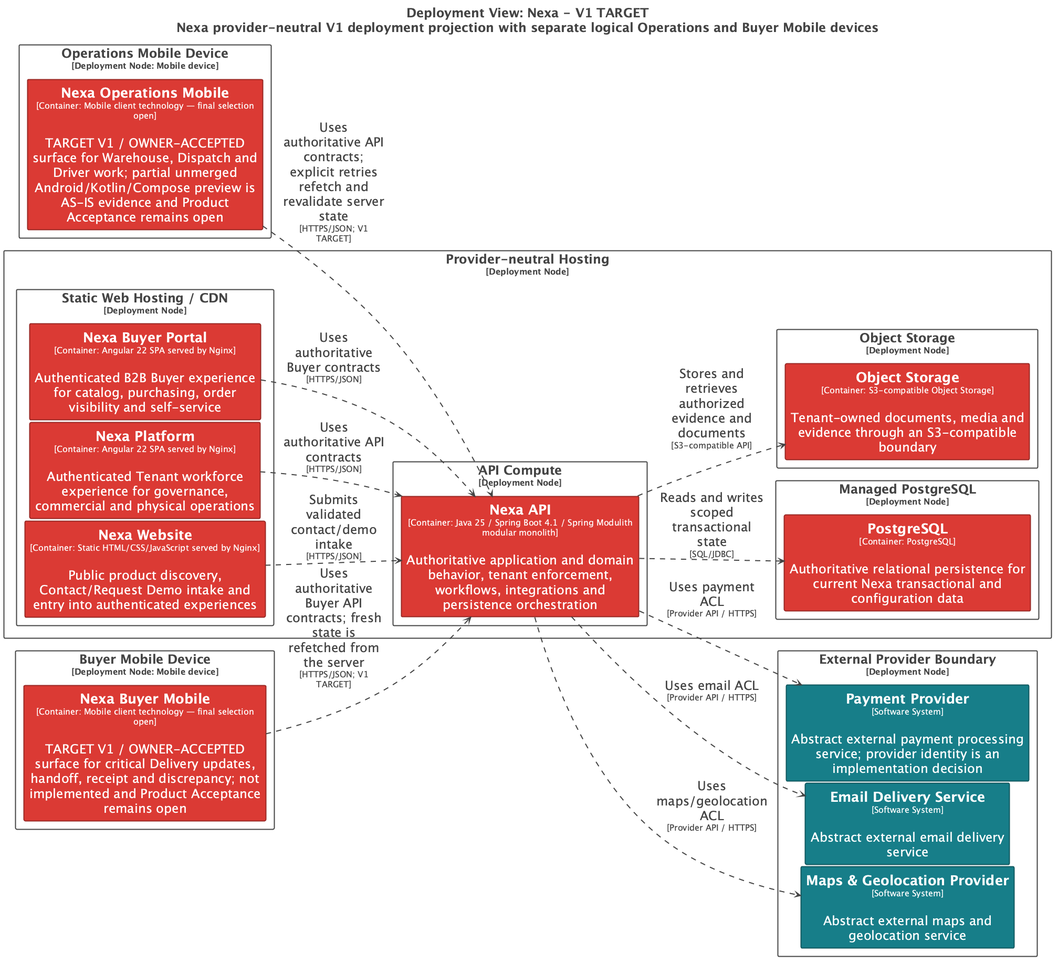
nexa-suite/blueprint keeps this PlantUML diagram as 01-shared/architecture/c4/exports/deployment/Nexa-Deployment-V1-TARGET.png. Above is the earlier version.
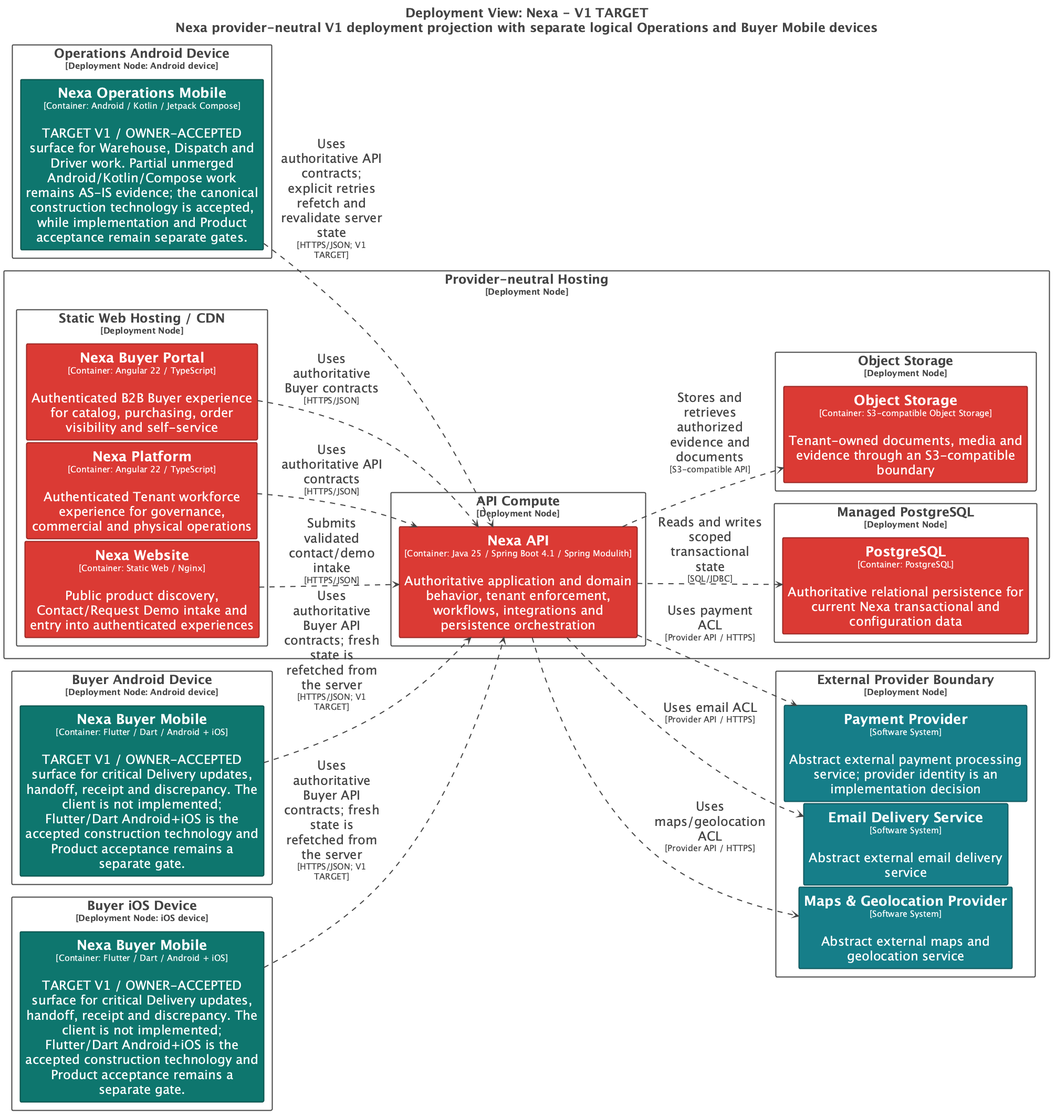
The same file after the commit.

Change to the diagram source:
```diff
@@ -16,6 +16,18 @@
   .Element-RWxlbWVudCxDb250YWluZXI= {
     BackgroundColor: #db3a34;
     LineColor: #992824;
+    LineStyle: 0;
+    LineThickness: 2;
+    FontColor: #ffffff;
+    FontSize: 24;
+    HorizontalAlignment: center;
+    Shadowing: 0;
+    MaximumWidth: 450;
+  }
+  // Element,Container,TARGET V1
+  .Element-RWxlbWVudCxDb250YWluZXIsVEFSR0VUIFYx {
+    BackgroundColor: #0f766e;
+    LineColor: #0a524d;
     LineStyle: 0;
     LineThickness: 2;
     FontColor: #ffffff;
@@ -58,23 +70,27 @@
   }
 </style>
 
-rectangle "Operations Mobile Device\n<size:16>[Deployment Node: Mobile device]</size>" <<DeploymentNode-RWxlbWVudA==>> as V1TARGET.OperationsMobileDevice {
-  rectangle "==Nexa Operations Mobile\n<size:16>[Container: Mobile client technology — final selection open]</size>\n\nTARGET V1 / OWNER-ACCEPTED surface for Warehouse, Dispatch and Driver work; partial unmerged Android/Kotlin/Compose preview is AS-IS evidence and Product Acceptance remains open" <<Element-RWxlbWVudCxDb250YWluZXI=>> as V1TARGET.OperationsMobileDevice.NexaOperationsMobile_1
+rectangle "Operations Android Device\n<size:16>[Deployment Node: Android device]</size>" <<DeploymentNode-RWxlbWVudA==>> as V1TARGET.OperationsAndroidDevice {
+  rectangle "==Nexa Operations Mobile\n<size:16>[Container: Android / Kotlin / Jetpack Compose]</size>\n\nTARGET V1 / OWNER-ACCEPTED surface for Warehouse, Dispatch and Driver work. Partial unmerged Android/Kotlin/Compose work remains AS-IS evidence; the canonical construction technology is accepted, while implementation and Product acceptance remain separate gates." <<Element-RWxlbWVudCxDb250YWluZXIsVEFSR0VUIFYx>> as V1TARGET.OperationsAndroidDevice.NexaOperationsMobile_1
 }
 
-rectangle "Buyer Mobile Device\n<size:16>[Deployment Node: Mobile device]</size>" <<DeploymentNode-RWxlbWVudA==>> as V1TARGET.BuyerMobileDevice {
-  rectangle "==Nexa Buyer Mobile\n<size:16>[Container: Mobile client technology — final selection open]</size>\n\nTARGET V1 / OWNER-ACCEPTED surface for critical Delivery updates, handoff, receipt and discrepancy; not implemented and Product Acceptance remains open" <<Element-RWxlbWVudCxDb250YWluZXI=>> as V1TARGET.BuyerMobileDevice.NexaBuyerMobile_1
+rectangle "Buyer Android Device\n<size:16>[Deployment Node: Android device]</size>" <<DeploymentNode-RWxlbWVudA==>> as V1TARGET.BuyerAndroidDevice {
+  rectangle "==Nexa Buyer Mobile\n<size:16>[Container: Flutter / Dart / Android + iOS]</size>\n\nTARGET V1 / OWNER-ACCEPTED surface for critical Delivery updates, handoff, receipt and discrepancy. The client is not implemented; Flutter/Dart Android+iOS is the accepted construction technology and Product acceptance remains a separate gate." <<Element-RWxlbWVudCxDb250YWluZXIsVEFSR0VUIFYx>> as V1TARGET.BuyerAndroidDevice.NexaBuyerMobile_1
+}
+
+rectangle "Buyer iOS Device\n<size:16>[Deployment Node: iOS device]</size>" <<DeploymentNode-RWxlbWVudA==>> as V1TARGET.BuyeriOSDevice {
+  rectangle "==Nexa Buyer Mobile\n<size:16>[Container: Flutter / Dart / Android + iOS]</size>\n\nTARGET V1 / OWNER-ACCEPTED surface for critical Delivery updates, handoff, receipt and discrepancy. The client is not implemented; Flutter/Dart Android+iOS is the accepted construction technology and Product acceptance remains a separate gate." <<Element-RWxlbWVudCxDb250YWluZXIsVEFSR0VUIFYx>> as V1TARGET.BuyeriOSDevice.NexaBuyerMobile_1
 }
 
 rectangle "Provider-neutral Hosting\n<size:16>[Deployment Node]</size>" <<DeploymentNode-RWxlbWVudA==>> as V1TARGET.ProviderneutralHosting {
   rectangle "Static Web Hosting / CDN\n<size:16>[Deployment Node]</size>" <<DeploymentNode-RWxlbWVudA==>> as V1TARGET.ProviderneutralHosting.StaticWebHostingCDN {
-    rectangle "==Nexa Website\n<size:16>[Container: Static HTML/CSS/JavaScript served by Nginx]</size>\n\nPublic product discovery, Contact/Request Demo intake and entry into authenticated experiences" <<Element-RWxlbWVudCxDb250YWluZXI=>> as V1TARGET.ProviderneutralHosting.StaticWebHostingCDN.NexaWebsite_1
-    rectangle "==Nexa Platform\n<size:16>[Container: Angular 22 SPA served by Nginx]</size>\n\nAuthenticated Tenant workforce experience for governance, commercial and physical operations" <<Element-RWxlbWVudCxDb250YWluZXI=>> as V1TARGET.ProviderneutralHosting.StaticWebHostingCDN.NexaPlatform_1
-    rectangle "==Nexa Buyer Portal\n<size:16>[Container: Angular 22 SPA served by Nginx]</size>\n\nAuthenticated B2B Buyer experience for catalog, purchasing, order visibility and self-service" <<Element-RWxlbWVudCxDb250YWluZXI=>> as V1TARGET.ProviderneutralHosting.StaticWebHostingCDN.NexaBuyerPortal_1
+    rectangle "==Nexa Website\n<size:16>[Container: Static Web / Nginx]</size>\n\nPublic product discovery, Contact/Request Demo intake and entry into authenticated experiences" <<Element-RWxlbWVudCxDb250YWluZXI=>> as V1TARGET.ProviderneutralHosting.StaticWebHostingCDN.NexaWebsite_1
+    rectangle "==Nexa Platform\n<size:16>[Container: Angular 22 / TypeScript]</size>\n\nAuthenticated Tenant workforce experience for governance, commercial and physical operations" <<Element-RWxlbWVudCxDb250YWluZXI=>> as V1TARGET.ProviderneutralHosting.StaticWebHostingCDN.NexaPlatform_1
+    rectangle "==Nexa Buyer Portal\n<size:16>[Container: Angular 22 / TypeScript]</size>\n\nAuthenticated B2B Buyer experience for catalog, purchasing, order visibility and self-service" <<Element-RWxlbWVudCxDb250YWluZXI=>> as V1TARGET.ProviderneutralHosting.StaticWebHostingCDN.NexaBuyerPortal_1
   }
 
   rectangle "API Compute\n<size:16>[Deployment Node]</size>" <<DeploymentNode-RWxlbWVudA==>> as V1TARGET.ProviderneutralHosting.APICompute {
-    rectangle "==Nexa API\n<size:16>[Container: Java 25 / Spring Boot 4.1 / Spring Modulith modular monolith]</size>\n\nAuthoritative application and domain behavior, tenant enforcement, workflows, integrations and persistence orchestration" <<Element-RWxlbWVudCxDb250YWluZXI=>> as V1TARGET.ProviderneutralHosting.APICompute.NexaAPI_1
+    rectangle "==Nexa API\n<size:16>[Container: Java 25 / Spring Boot 4.1 / Spring Modulith]</size>\n\nAuthoritative application and domain behavior, tenant enforcement, workflows, integrations and persistence orchestration" <<Element-RWxlbWVudCxDb250YWluZXI=>> as V1TARGET.ProviderneutralHosting.APICompute.NexaAPI_1
   }
 
   rectangle "Managed PostgreSQL\n<size:16>[Deployment Node]</size>" <<DeploymentNode-RWxlbWVudA==>> as V1TARGET.ProviderneutralHosting.ManagedPostgreSQL {
@@ -93,8 +109,9 @@
   rectangle "==Maps & Geolocation Provider\n<size:16>[Software System]</size>\n\nAbstract external maps and geolocation service" <<Element-RWxlbWVudCxTb2Z0d2FyZSBTeXN0ZW0=>> as V1TARGET.ExternalProviderBoundary.MapsGeolocationProvider_1
 }
 
-V1TARGET.OperationsMobileDevice.NexaOperationsMobile_1 --> V1TARGET.ProviderneutralHosting.APICompute.NexaAPI_1 <<Relationship-UmVsYXRpb25zaGlw>> : "Uses authoritative API contracts; explicit retries refetch and revalidate server state\n<size:16>[HTTPS/JSON; V1 TARGET]</size>"
-V1TARGET.BuyerMobileDevice.NexaBuyerMobile_1 --> V1TARGET.ProviderneutralHosting.APICompute.NexaAPI_1 <<Relationship-UmVsYXRpb25zaGlw>> : "Uses authoritative Buyer API contracts; fresh state is refetched from the server\n<size:16>[HTTPS/JSON; V1 TARGET]</size>"
+V1TARGET.OperationsAndroidDevice.NexaOperationsMobile_1 --> V1TARGET.ProviderneutralHosting.APICompute.NexaAPI_1 <<Relationship-UmVsYXRpb25zaGlw>> : "Uses authoritative API contracts; explicit retries refetch and revalidate server state\n<size:16>[HTTPS/JSON; V1 TARGET]</size>"
+V1TARGET.BuyerAndroidDevice.NexaBuyerMobile_1 --> V1TARGET.ProviderneutralHosting.APICompute.NexaAPI_1 <<Relationship-UmVsYXRpb25zaGlw>> : "Uses authoritative Buyer API contracts; fresh state is refetched from the server\n<size:16>[HTTPS/JSON; V1 TARGET]</size>"
+V1TARGET.BuyeriOSDevice.NexaBuyerMobile_1 --> V1TARGET.ProviderneutralHosting.APICompute.NexaAPI_1 <<Relationship-UmVsYXRpb25zaGlw>> : "Uses authoritative Buyer API contracts; fresh state is refetched from the server\n<size:16>[HTTPS/JSON; V1 TARGET]</size>"
 V1TARGET.ProviderneutralHosting.StaticWebHostingCDN.NexaWebsite_1 --> V1TARGET.ProviderneutralHosting.APICompute.NexaAPI_1 <<Relationship-UmVsYXRpb25zaGlw>> : "Submits validated contact/demo intake\n<size:16>[HTTPS/JSON]</size>"
 V1TARGET.ProviderneutralHosting.StaticWebHostingCDN.NexaPlatform_1 --> V1TARGET.ProviderneutralHosting.APICompute.NexaAPI_1 <<Relationship-UmVsYXRpb25zaGlw>> : "Uses authoritative API contracts\n<size:16>[HTTPS/JSON]</size>"
 V1TARGET.ProviderneutralHosting.StaticWebHostingCDN.NexaBuyerPortal_1 --> V1TARGET.ProviderneutralHosting.APICompute.NexaAPI_1 <<Relationship-UmVsYXRpb25zaGlw>> : "Uses authoritative Buyer contracts\n<size:16>[HTTPS/JSON]</size>"
```
